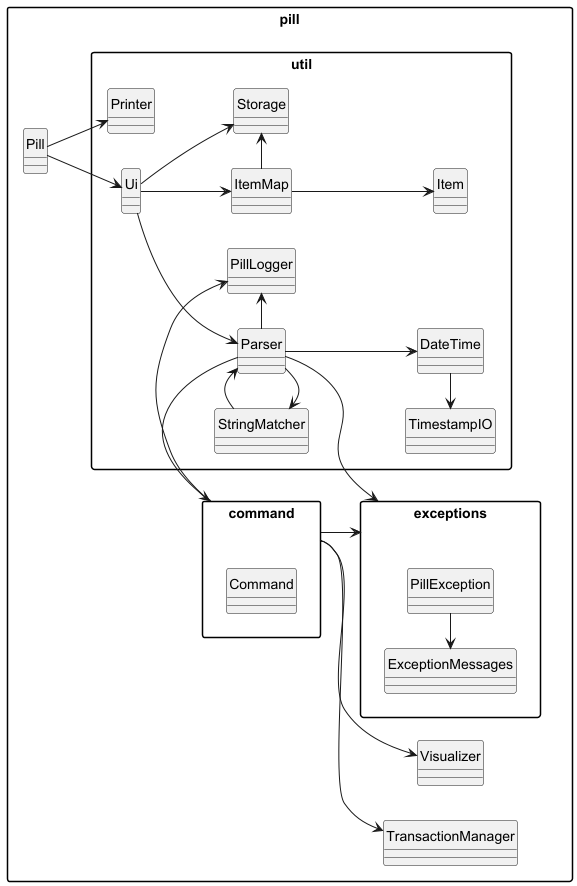
The PlantUML diagram docs/diagrams/High-Level-Overview.png in yijiano/tp, before a commit.
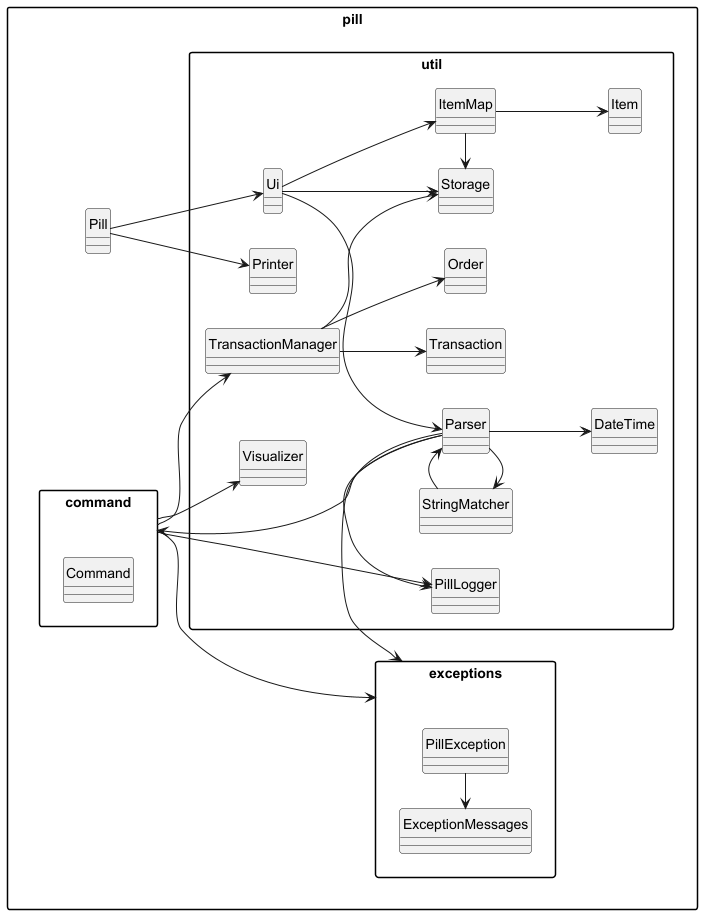
After the commit.

Change to the diagram source:
```diff
@@ -18,7 +18,10 @@
         class Item
         class DateTime
         class PillLogger
-        class TimestampIO
+        class TransactionManager
+        class Order
+        class Transaction
+        class Visualizer
     }
 
     package exceptions {
@@ -41,20 +44,21 @@
     ItemMap --> Item
 
 
-    Parser --> command
+    Parser -> command
     Parser -up> StringMatcher
     Parser --> DateTime
-    DateTime -up> TimestampIO
     StringMatcher -> Parser
     Parser -> PillLogger
     command --> exceptions
-    command -> PillLogger
-    Parser --> exceptions
-
     command --> TransactionManager
     command --> Visualizer
+    command -> PillLogger
+    Parser -> exceptions
 
     ItemMap -> Storage
+    TransactionManager --> Storage
+    TransactionManager --> Order
+    TransactionManager --> Transaction
 
     PillException -left> ExceptionMessages
 
```
